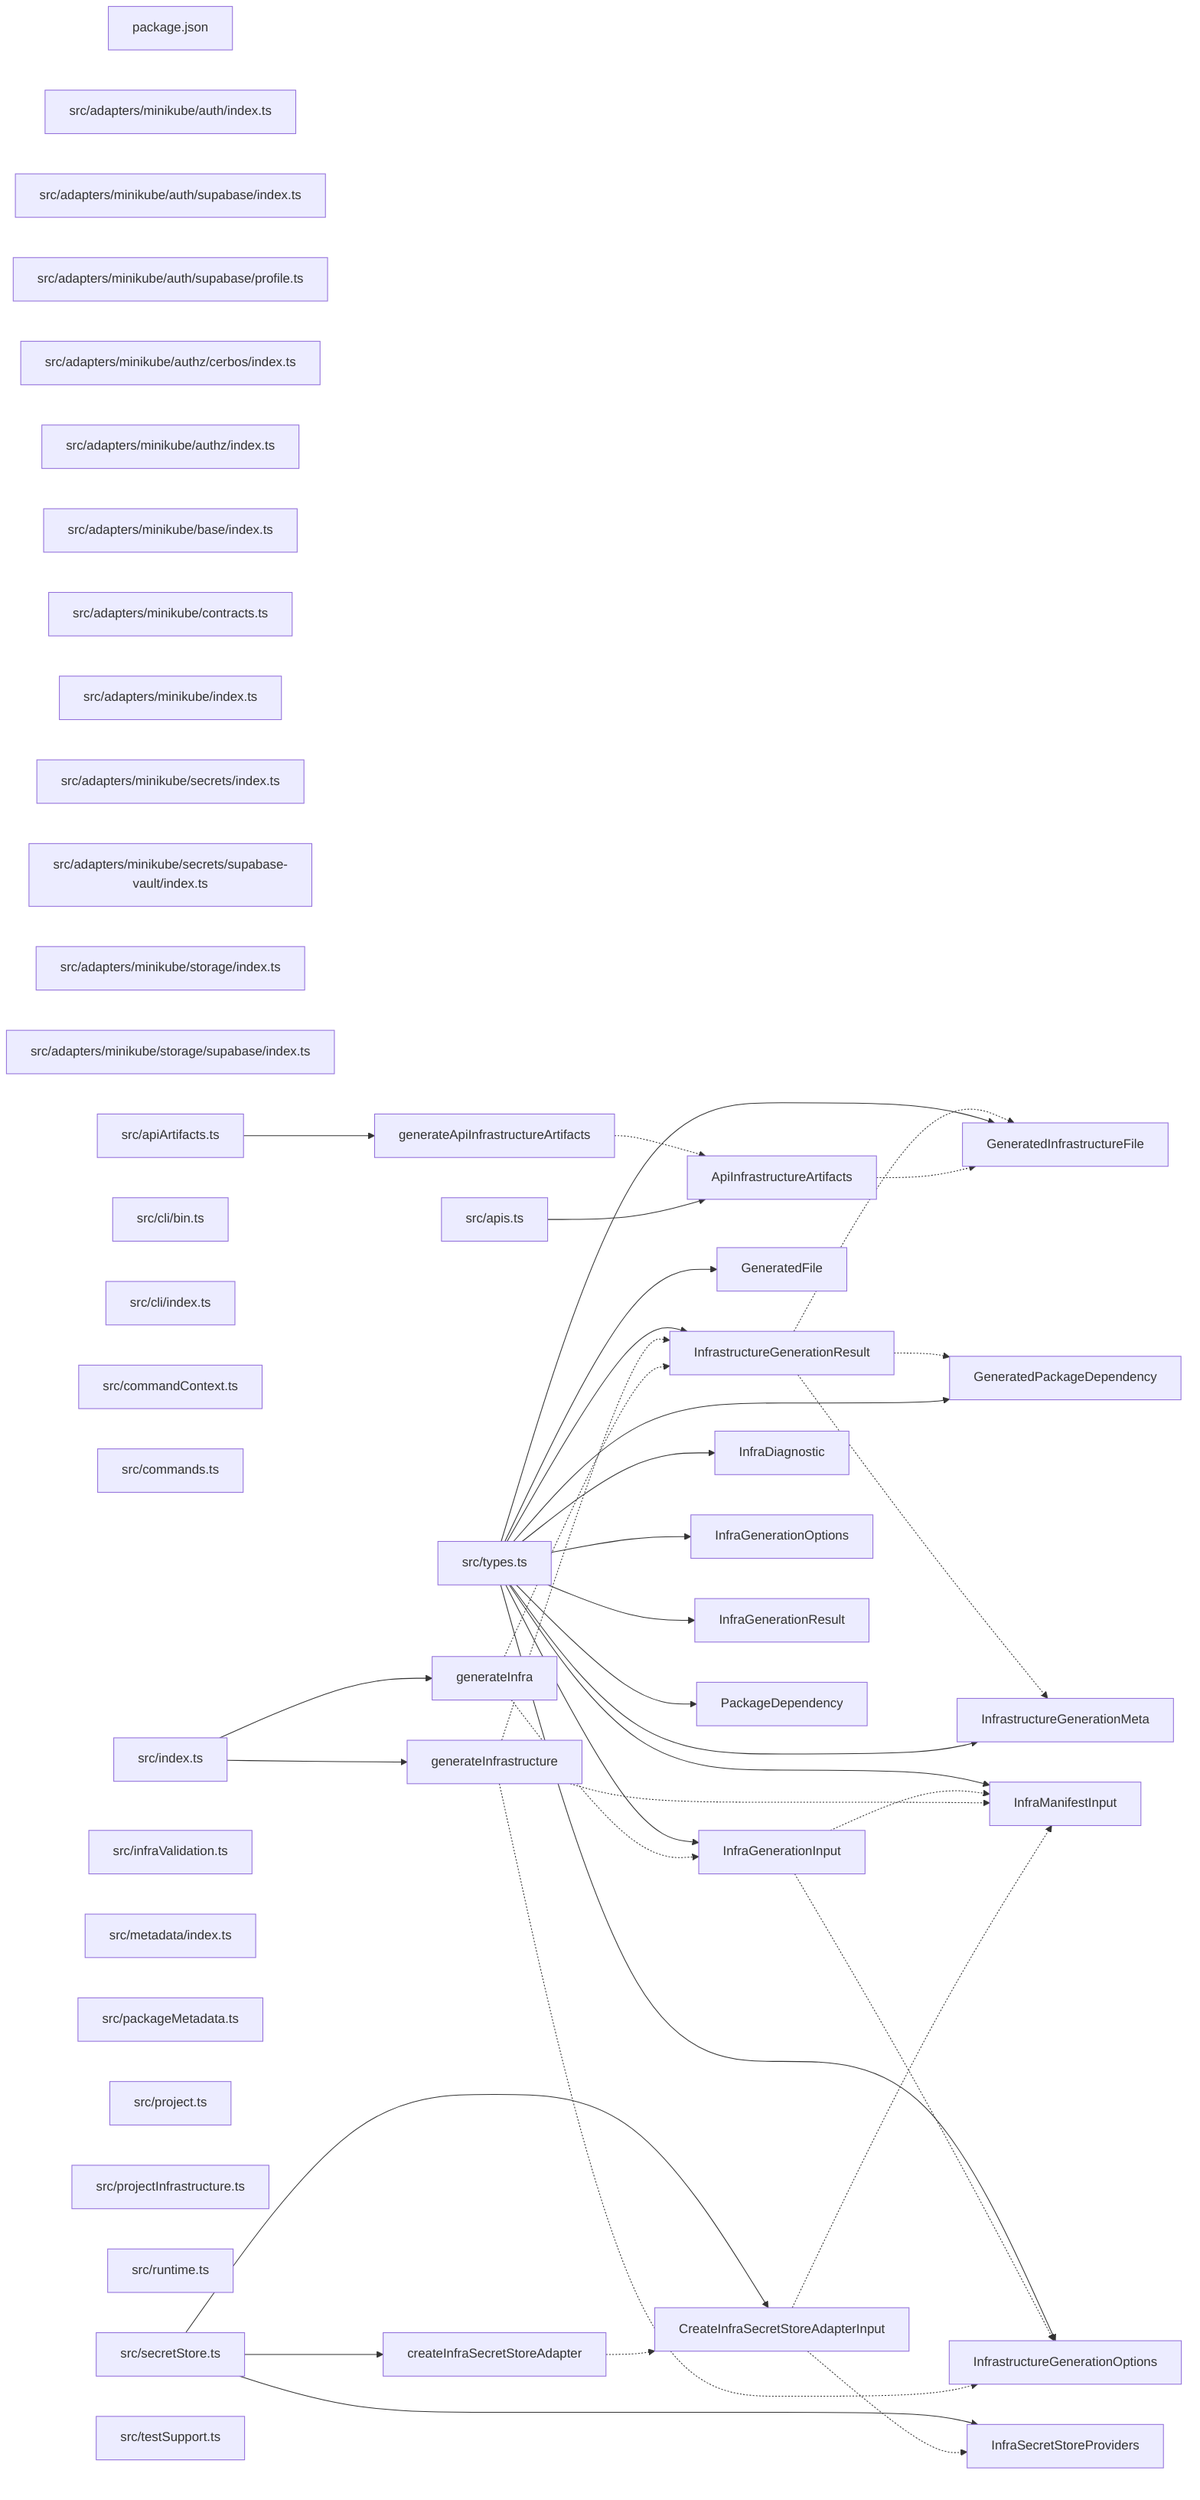
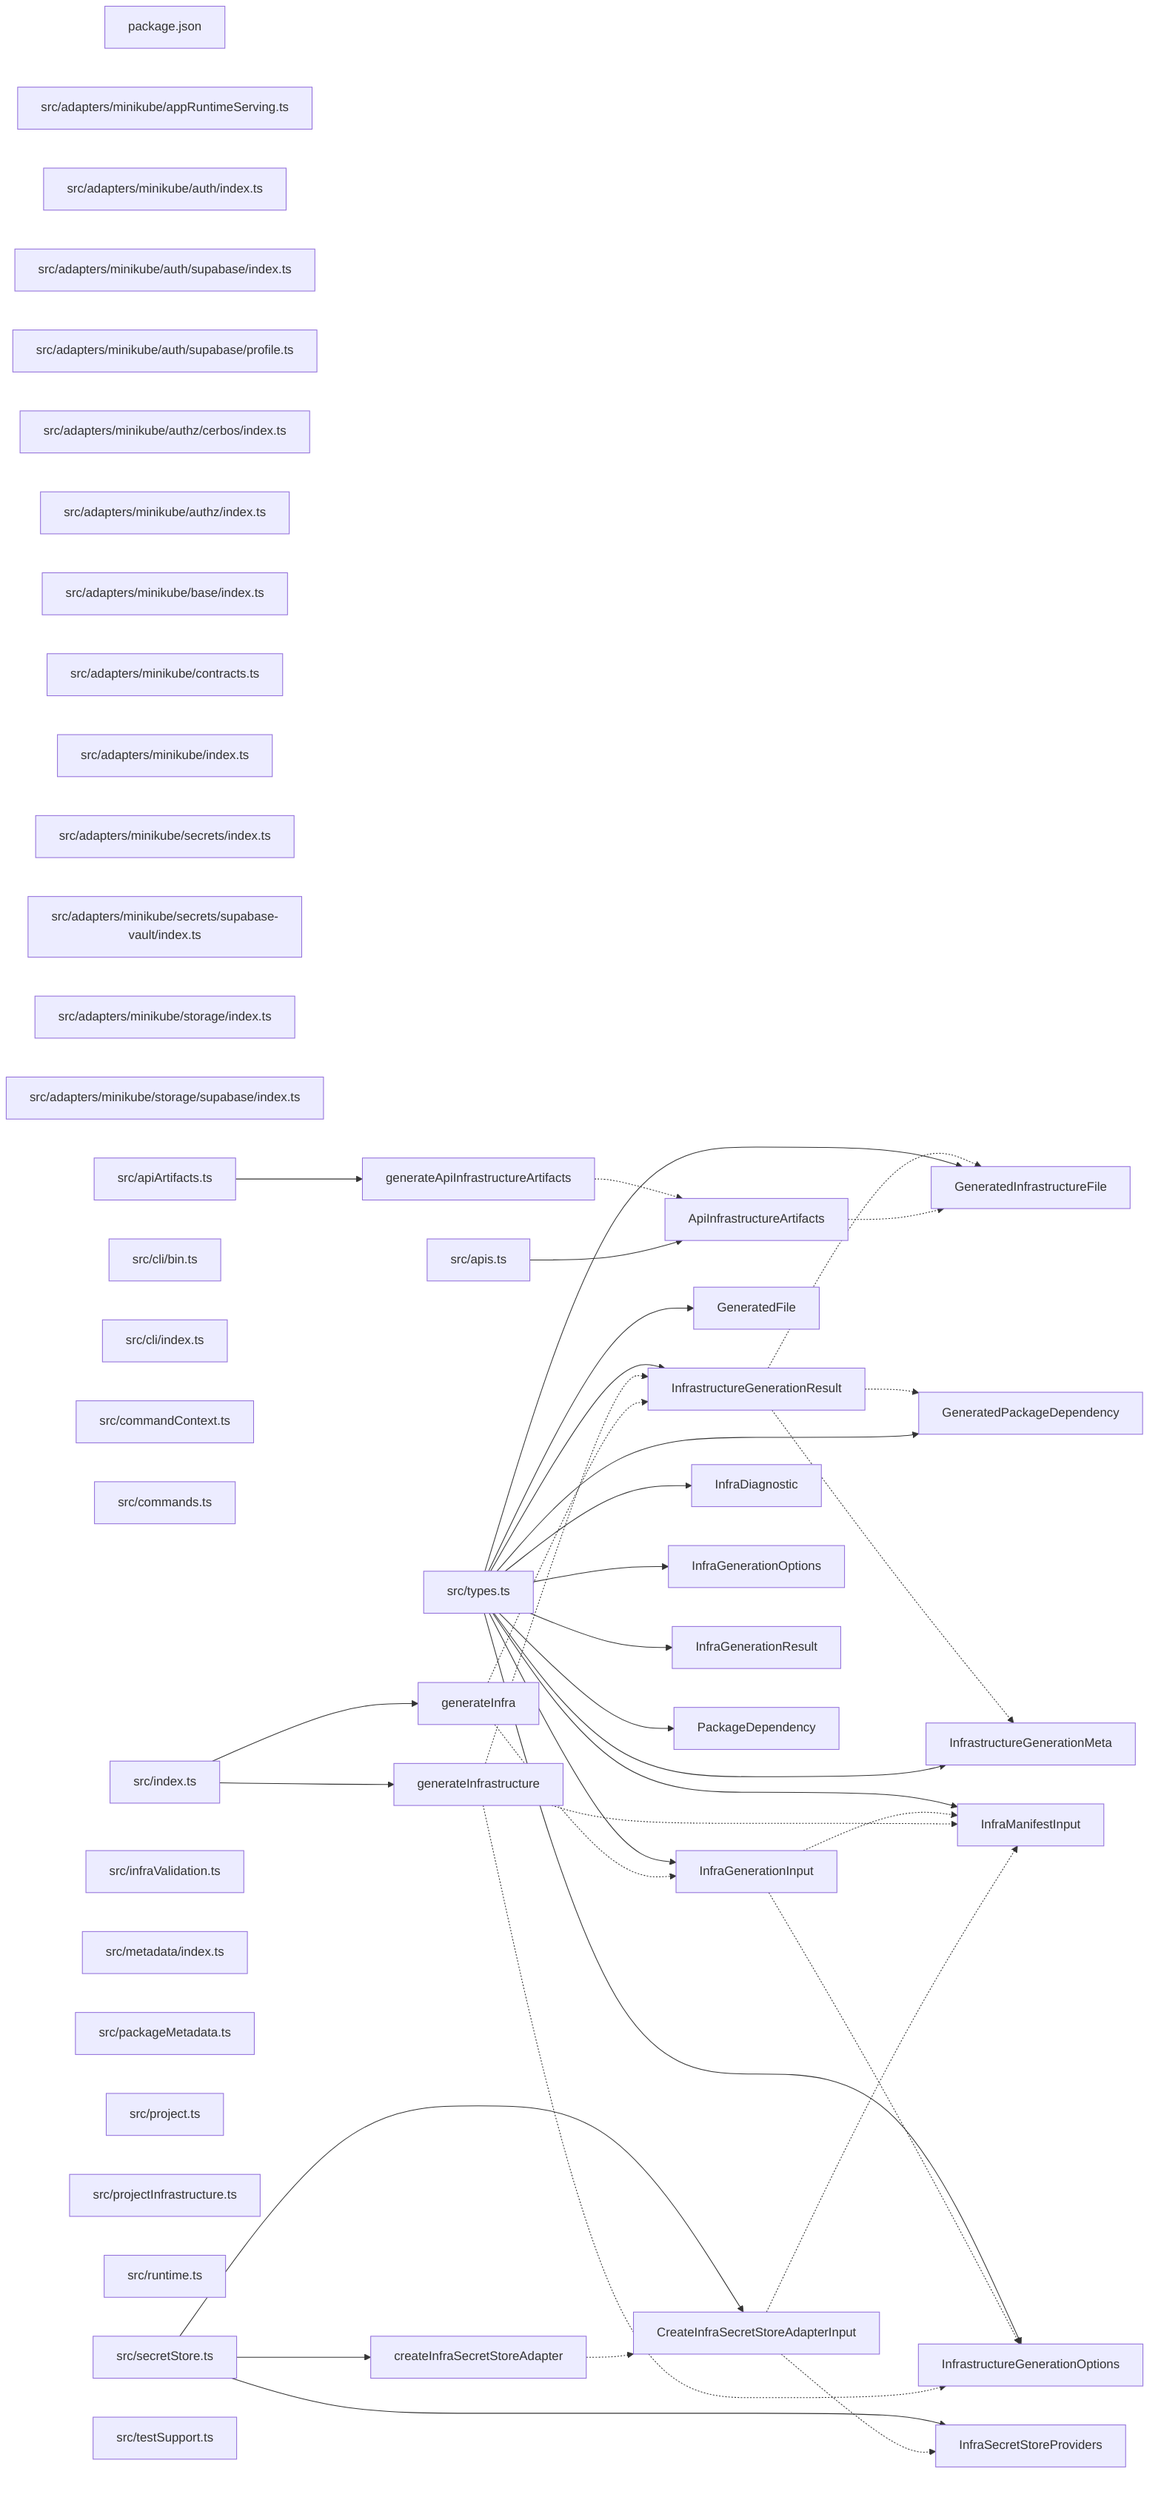
graph LR
  module_package_json["package.json"]
+   module_src_adapters_minikube_appRuntimeServing_ts["src/adapters/minikube/appRuntimeServing.ts"]
  module_src_adapters_minikube_auth_index_ts["src/adapters/minikube/auth/index.ts"]
  module_src_adapters_minikube_auth_supabase_index_ts["src/adapters/minikube/auth/supabase/index.ts"]
  module_src_adapters_minikube_auth_supabase_profile_ts["src/adapters/minikube/auth/supabase/profile.ts"]
  module_src_adapters_minikube_authz_cerbos_index_ts["src/adapters/minikube/authz/cerbos/index.ts"]
  module_src_adapters_minikube_authz_index_ts["src/adapters/minikube/authz/index.ts"]
  module_src_adapters_minikube_base_index_ts["src/adapters/minikube/base/index.ts"]
  module_src_adapters_minikube_contracts_ts["src/adapters/minikube/contracts.ts"]
  module_src_adapters_minikube_index_ts["src/adapters/minikube/index.ts"]
  module_src_adapters_minikube_secrets_index_ts["src/adapters/minikube/secrets/index.ts"]
  module_src_adapters_minikube_secrets_supabase_vault_index_ts["src/adapters/minikube/secrets/supabase-vault/index.ts"]
  module_src_adapters_minikube_storage_index_ts["src/adapters/minikube/storage/index.ts"]
  module_src_adapters_minikube_storage_supabase_index_ts["src/adapters/minikube/storage/supabase/index.ts"]
  module_src_apiArtifacts_ts["src/apiArtifacts.ts"]
  module_src_apis_ts["src/apis.ts"]
  module_src_cli_bin_ts["src/cli/bin.ts"]
  module_src_cli_index_ts["src/cli/index.ts"]
  module_src_commandContext_ts["src/commandContext.ts"]
  module_src_commands_ts["src/commands.ts"]
  module_src_index_ts["src/index.ts"]
  module_src_infraValidation_ts["src/infraValidation.ts"]
  module_src_metadata_index_ts["src/metadata/index.ts"]
  module_src_packageMetadata_ts["src/packageMetadata.ts"]
  module_src_project_ts["src/project.ts"]
  module_src_projectInfrastructure_ts["src/projectInfrastructure.ts"]
  module_src_runtime_ts["src/runtime.ts"]
  module_src_secretStore_ts["src/secretStore.ts"]
  module_src_testSupport_ts["src/testSupport.ts"]
  module_src_types_ts["src/types.ts"]
  export_ApiInfrastructureArtifacts["ApiInfrastructureArtifacts"]
  module_src_apis_ts --> export_ApiInfrastructureArtifacts
  export_ApiInfrastructureArtifacts -.-> export_GeneratedInfrastructureFile
  export_createInfraSecretStoreAdapter["createInfraSecretStoreAdapter"]
  module_src_secretStore_ts --> export_createInfraSecretStoreAdapter
  export_createInfraSecretStoreAdapter -.-> export_CreateInfraSecretStoreAdapterInput
  export_CreateInfraSecretStoreAdapterInput["CreateInfraSecretStoreAdapterInput"]
  module_src_secretStore_ts --> export_CreateInfraSecretStoreAdapterInput
  export_CreateInfraSecretStoreAdapterInput -.-> export_InfraManifestInput
  export_CreateInfraSecretStoreAdapterInput -.-> export_InfraSecretStoreProviders
  export_generateApiInfrastructureArtifacts["generateApiInfrastructureArtifacts"]
  module_src_apiArtifacts_ts --> export_generateApiInfrastructureArtifacts
  export_generateApiInfrastructureArtifacts -.-> export_ApiInfrastructureArtifacts
  export_GeneratedFile["GeneratedFile"]
  module_src_types_ts --> export_GeneratedFile
  export_GeneratedInfrastructureFile["GeneratedInfrastructureFile"]
  module_src_types_ts --> export_GeneratedInfrastructureFile
  export_GeneratedPackageDependency["GeneratedPackageDependency"]
  module_src_types_ts --> export_GeneratedPackageDependency
  export_generateInfra["generateInfra"]
  module_src_index_ts --> export_generateInfra
  export_generateInfra -.-> export_InfraGenerationInput
  export_generateInfra -.-> export_InfrastructureGenerationResult
  export_generateInfrastructure["generateInfrastructure"]
  module_src_index_ts --> export_generateInfrastructure
  export_generateInfrastructure -.-> export_InfraManifestInput
  export_generateInfrastructure -.-> export_InfrastructureGenerationOptions
  export_generateInfrastructure -.-> export_InfrastructureGenerationResult
  export_InfraDiagnostic["InfraDiagnostic"]
  module_src_types_ts --> export_InfraDiagnostic
  export_InfraGenerationInput["InfraGenerationInput"]
  module_src_types_ts --> export_InfraGenerationInput
  export_InfraGenerationInput -.-> export_InfraManifestInput
  export_InfraGenerationInput -.-> export_InfrastructureGenerationOptions
  export_InfraGenerationOptions["InfraGenerationOptions"]
  module_src_types_ts --> export_InfraGenerationOptions
  export_InfraGenerationResult["InfraGenerationResult"]
  module_src_types_ts --> export_InfraGenerationResult
  export_InfraManifestInput["InfraManifestInput"]
  module_src_types_ts --> export_InfraManifestInput
  export_InfraSecretStoreProviders["InfraSecretStoreProviders"]
  module_src_secretStore_ts --> export_InfraSecretStoreProviders
  export_InfrastructureGenerationMeta["InfrastructureGenerationMeta"]
  module_src_types_ts --> export_InfrastructureGenerationMeta
  export_InfrastructureGenerationOptions["InfrastructureGenerationOptions"]
  module_src_types_ts --> export_InfrastructureGenerationOptions
  export_InfrastructureGenerationResult["InfrastructureGenerationResult"]
  module_src_types_ts --> export_InfrastructureGenerationResult
  export_InfrastructureGenerationResult -.-> export_GeneratedInfrastructureFile
  export_InfrastructureGenerationResult -.-> export_GeneratedPackageDependency
  export_InfrastructureGenerationResult -.-> export_InfrastructureGenerationMeta
  export_PackageDependency["PackageDependency"]
  module_src_types_ts --> export_PackageDependency
